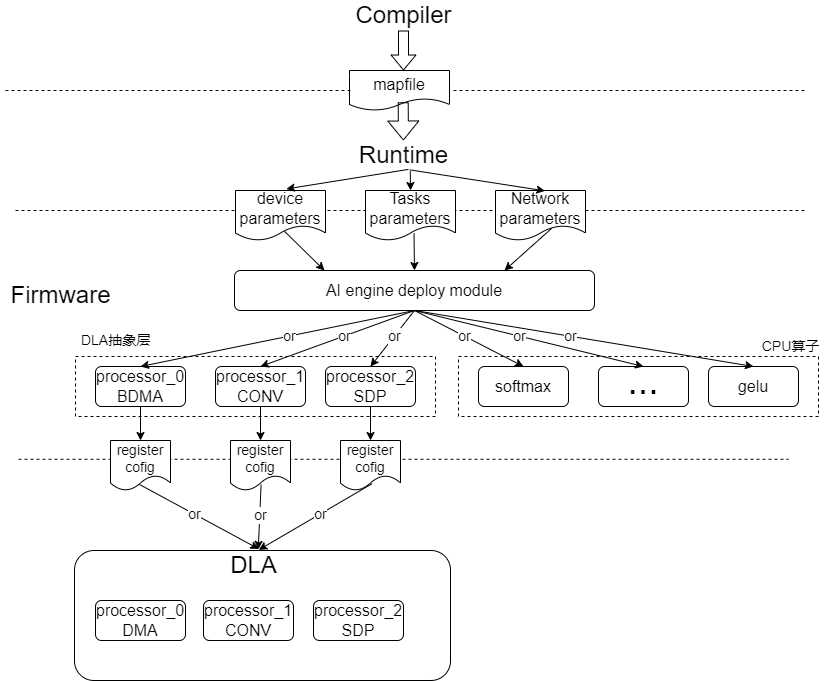
This is doc/TIHU_workflow.png from LCAI-TIHU/SW, a draw.io export, as it was before one commit. Source tidied: cells renumbered, new cells last; positions are measured from the earlier drawing's top-left corner, leaving out a move shared by most shapes. Its diagram source:
```xml
<mxGraphModel>
  <root>
    <mxCell id="0" />
    <mxCell id="1" parent="0" />
    <mxCell id="2" style="rounded=0;whiteSpace=wrap;html=1;fontSize=14;dashed=1;" parent="1" vertex="1">
      <mxGeometry x="75" y="356" width="360" height="60" as="geometry" />
    </mxCell>
    <mxCell id="3" style="endArrow=none;html=1;rounded=0;dashed=1;" parent="1" edge="1">
      <mxGeometry relative="1" as="geometry">
        <mxPoint x="18" y="458.8" as="sourcePoint" />
        <mxPoint x="788" y="458.8" as="targetPoint" />
      </mxGeometry>
    </mxCell>
    <mxCell id="4" style="endArrow=none;html=1;rounded=0;dashed=1;" parent="1" edge="1">
      <mxGeometry relative="1" as="geometry">
        <mxPoint x="15" y="210" as="sourcePoint" />
        <mxPoint x="805" y="210" as="targetPoint" />
      </mxGeometry>
    </mxCell>
    <mxCell id="5" value="Runtime" style="text;html=1;align=center;verticalAlign=middle;points=[];strokeColor=none;fillColor=none;fontSize=24;" parent="1" vertex="1">
      <mxGeometry x="353" y="140" width="100" height="30" as="geometry" />
    </mxCell>
    <mxCell id="6" style="endArrow=none;html=1;rounded=0;dashed=1;startArrow=none;" parent="1" edge="1">
      <mxGeometry relative="1" as="geometry">
        <mxPoint x="453" y="90" as="sourcePoint" />
        <mxPoint x="805" y="90" as="targetPoint" />
      </mxGeometry>
    </mxCell>
    <mxCell id="7" value="Compiler" style="text;html=1;align=center;verticalAlign=middle;points=[];strokeColor=none;fillColor=none;fontSize=24;" parent="1" vertex="1">
      <mxGeometry x="348" width="110" height="30" as="geometry" />
    </mxCell>
    <mxCell id="8" style="shape=flexArrow;endArrow=classic;html=1;rounded=0;fontSize=24;entryX=0.5;entryY=0;entryDx=0;entryDy=0;endWidth=13.809523809523808;endSize=4.652380952380952;width=10;" parent="1" edge="1" source="7">
      <mxGeometry relative="1" as="geometry">
        <mxPoint x="403" y="70" as="targetPoint" />
      </mxGeometry>
    </mxCell>
    <mxCell id="9" value="mapfile" style="shape=document;whiteSpace=wrap;html=1;boundedLbl=1;fontSize=16;" parent="1" vertex="1">
      <mxGeometry x="349" y="70" width="100" height="40" as="geometry" />
    </mxCell>
    <mxCell id="10" style="endArrow=none;html=1;rounded=0;dashed=1;" parent="1" edge="1">
      <mxGeometry relative="1" as="geometry">
        <mxPoint x="5" y="90" as="sourcePoint" />
        <mxPoint x="353" y="90" as="targetPoint" />
      </mxGeometry>
    </mxCell>
    <mxCell id="11" value="device parameters" style="shape=document;whiteSpace=wrap;html=1;boundedLbl=1;fontSize=16;" parent="1" vertex="1">
      <mxGeometry x="235" y="190" width="90" height="50" as="geometry" />
    </mxCell>
    <mxCell id="12" value="Network&lt;br&gt;parameters" style="shape=document;whiteSpace=wrap;html=1;boundedLbl=1;fontSize=16;" parent="1" vertex="1">
      <mxGeometry x="495" y="190" width="90" height="50" as="geometry" />
    </mxCell>
    <mxCell id="13" value="Tasks&lt;br&gt;parameters" style="shape=document;whiteSpace=wrap;html=1;boundedLbl=1;fontSize=16;" parent="1" vertex="1">
      <mxGeometry x="365" y="190" width="90" height="50" as="geometry" />
    </mxCell>
    <mxCell id="14" value="AI engine deploy module" style="rounded=1;whiteSpace=wrap;html=1;fontSize=16;" parent="1" vertex="1">
      <mxGeometry x="234" y="270" width="360" height="40" as="geometry" />
    </mxCell>
    <mxCell id="15" value="processor_0&lt;br&gt;BDMA" style="rounded=1;whiteSpace=wrap;html=1;fontSize=16;" parent="1" vertex="1">
      <mxGeometry x="95" y="366" width="90" height="40" as="geometry" />
    </mxCell>
    <mxCell id="16" value="processor_1&lt;br&gt;CONV" style="rounded=1;whiteSpace=wrap;html=1;fontSize=16;" parent="1" vertex="1">
      <mxGeometry x="215" y="366" width="90" height="40" as="geometry" />
    </mxCell>
    <mxCell id="17" value="processor_2&lt;br&gt;SDP" style="rounded=1;whiteSpace=wrap;html=1;fontSize=16;" parent="1" vertex="1">
      <mxGeometry x="325" y="366" width="90" height="40" as="geometry" />
    </mxCell>
    <mxCell id="18" style="endArrow=classic;html=1;rounded=0;fontSize=16;exitX=0.549;exitY=0.963;exitDx=0;exitDy=0;exitPerimeter=0;entryX=0.565;entryY=-0.031;entryDx=0;entryDy=0;entryPerimeter=0;" parent="1" edge="1" source="5" target="11">
      <mxGeometry relative="1" as="geometry" />
    </mxCell>
    <mxCell id="19" style="endArrow=classic;html=1;rounded=0;fontSize=16;exitX=0.568;exitY=1.027;exitDx=0;exitDy=0;exitPerimeter=0;entryX=0.5;entryY=0;entryDx=0;entryDy=0;" parent="1" edge="1" source="5" target="13">
      <mxGeometry relative="1" as="geometry" />
    </mxCell>
    <mxCell id="20" style="endArrow=classic;html=1;rounded=0;fontSize=16;exitX=0.563;exitY=0.979;exitDx=0;exitDy=0;exitPerimeter=0;entryX=0.549;entryY=0.007;entryDx=0;entryDy=0;entryPerimeter=0;" parent="1" edge="1" source="5" target="12">
      <mxGeometry relative="1" as="geometry" />
    </mxCell>
    <mxCell id="21" style="shape=flexArrow;endArrow=classic;html=1;rounded=0;fontSize=16;exitX=0.537;exitY=0.794;exitDx=0;exitDy=0;exitPerimeter=0;" parent="1" edge="1" source="9" target="5">
      <mxGeometry relative="1" as="geometry" />
    </mxCell>
    <mxCell id="22" style="endArrow=classic;html=1;rounded=0;fontSize=16;exitX=0.544;exitY=0.816;exitDx=0;exitDy=0;exitPerimeter=0;entryX=0.25;entryY=0;entryDx=0;entryDy=0;" parent="1" edge="1" source="11" target="14">
      <mxGeometry relative="1" as="geometry" />
    </mxCell>
    <mxCell id="23" style="endArrow=classic;html=1;rounded=0;fontSize=16;exitX=0.539;exitY=0.854;exitDx=0;exitDy=0;exitPerimeter=0;entryX=0.5;entryY=0;entryDx=0;entryDy=0;" parent="1" edge="1" source="13" target="14">
      <mxGeometry relative="1" as="geometry" />
    </mxCell>
    <mxCell id="24" style="endArrow=classic;html=1;rounded=0;fontSize=16;exitX=0.623;exitY=0.759;exitDx=0;exitDy=0;exitPerimeter=0;entryX=0.75;entryY=0;entryDx=0;entryDy=0;" parent="1" edge="1" source="12" target="14">
      <mxGeometry relative="1" as="geometry" />
    </mxCell>
    <mxCell id="25" style="endArrow=classic;html=1;rounded=0;fontSize=14;exitX=0.5;exitY=1;exitDx=0;exitDy=0;entryX=0.5;entryY=0;entryDx=0;entryDy=0;" parent="1" edge="1" source="14" target="15">
      <mxGeometry relative="1" as="geometry" />
    </mxCell>
    <mxCell id="26" value="or" style="edgeLabel;html=1;align=center;verticalAlign=middle;fontSize=14;" parent="25" vertex="1">
      <mxGeometry x="-0.08" relative="1" as="geometry" />
    </mxCell>
    <mxCell id="27" style="endArrow=classic;html=1;rounded=0;fontSize=14;exitX=0.5;exitY=1;exitDx=0;exitDy=0;" parent="1" edge="1" source="15">
      <mxGeometry relative="1" as="geometry">
        <mxPoint x="140" y="440" as="targetPoint" />
      </mxGeometry>
    </mxCell>
    <mxCell id="28" value="register&lt;br&gt;cofig" style="shape=document;whiteSpace=wrap;html=1;boundedLbl=1;fontSize=14;" parent="1" vertex="1">
      <mxGeometry x="110" y="440" width="60" height="50" as="geometry" />
    </mxCell>
    <mxCell id="29" style="endArrow=classic;html=1;rounded=0;fontSize=14;exitX=0.5;exitY=1;exitDx=0;exitDy=0;entryX=0.5;entryY=0;entryDx=0;entryDy=0;" parent="1" edge="1" source="14" target="16">
      <mxGeometry relative="1" as="geometry" />
    </mxCell>
    <mxCell id="30" value="or" style="edgeLabel;html=1;align=center;verticalAlign=middle;fontSize=14;" parent="29" vertex="1">
      <mxGeometry x="-0.08" relative="1" as="geometry" />
    </mxCell>
    <mxCell id="31" style="endArrow=classic;html=1;rounded=0;fontSize=14;exitX=0.5;exitY=1;exitDx=0;exitDy=0;entryX=0.5;entryY=0;entryDx=0;entryDy=0;" parent="1" edge="1" source="14" target="17">
      <mxGeometry relative="1" as="geometry" />
    </mxCell>
    <mxCell id="32" value="or" style="edgeLabel;html=1;align=center;verticalAlign=middle;fontSize=14;" parent="31" vertex="1">
      <mxGeometry x="-0.08" relative="1" as="geometry" />
    </mxCell>
    <mxCell id="33" style="endArrow=classic;html=1;rounded=0;fontSize=14;exitX=0.5;exitY=1;exitDx=0;exitDy=0;" parent="1" edge="1">
      <mxGeometry relative="1" as="geometry">
        <mxPoint x="260" y="406" as="sourcePoint" />
        <mxPoint x="260" y="440" as="targetPoint" />
      </mxGeometry>
    </mxCell>
    <mxCell id="34" value="register&lt;br&gt;cofig" style="shape=document;whiteSpace=wrap;html=1;boundedLbl=1;fontSize=14;" parent="1" vertex="1">
      <mxGeometry x="230" y="440" width="60" height="50" as="geometry" />
    </mxCell>
    <mxCell id="35" style="endArrow=classic;html=1;rounded=0;fontSize=14;exitX=0.5;exitY=1;exitDx=0;exitDy=0;" parent="1" edge="1">
      <mxGeometry relative="1" as="geometry">
        <mxPoint x="370" y="406" as="sourcePoint" />
        <mxPoint x="370" y="440" as="targetPoint" />
      </mxGeometry>
    </mxCell>
    <mxCell id="36" value="register&lt;br&gt;cofig" style="shape=document;whiteSpace=wrap;html=1;boundedLbl=1;fontSize=14;" parent="1" vertex="1">
      <mxGeometry x="340" y="440" width="60" height="50" as="geometry" />
    </mxCell>
    <mxCell id="37" style="endArrow=classic;html=1;rounded=0;fontSize=14;exitX=0.5;exitY=1;exitDx=0;exitDy=0;entryX=0.588;entryY=-0.052;entryDx=0;entryDy=0;entryPerimeter=0;" parent="1" edge="1" target="46">
      <mxGeometry relative="1" as="geometry">
        <mxPoint x="139" y="484" as="sourcePoint" />
      </mxGeometry>
    </mxCell>
    <mxCell id="38" value="or" style="edgeLabel;html=1;align=center;verticalAlign=middle;fontSize=14;" parent="37" vertex="1">
      <mxGeometry x="-0.08" relative="1" as="geometry" />
    </mxCell>
    <mxCell id="39" style="endArrow=classic;html=1;rounded=0;fontSize=14;exitX=0.51;exitY=0.883;exitDx=0;exitDy=0;exitPerimeter=0;entryX=0.579;entryY=-0.037;entryDx=0;entryDy=0;entryPerimeter=0;" parent="1" edge="1" source="34" target="46">
      <mxGeometry relative="1" as="geometry" />
    </mxCell>
    <mxCell id="40" value="or" style="edgeLabel;html=1;align=center;verticalAlign=middle;fontSize=14;" parent="39" vertex="1">
      <mxGeometry x="-0.08" relative="1" as="geometry" />
    </mxCell>
    <mxCell id="41" style="endArrow=classic;html=1;rounded=0;fontSize=14;exitX=0.526;exitY=0.864;exitDx=0;exitDy=0;exitPerimeter=0;entryX=0.588;entryY=-0.021;entryDx=0;entryDy=0;entryPerimeter=0;" parent="1" edge="1" source="36" target="46">
      <mxGeometry relative="1" as="geometry" />
    </mxCell>
    <mxCell id="42" value="or" style="edgeLabel;html=1;align=center;verticalAlign=middle;fontSize=14;" parent="41" vertex="1">
      <mxGeometry x="-0.08" relative="1" as="geometry" />
    </mxCell>
    <mxCell id="43" value="Firmware" style="text;html=1;align=center;verticalAlign=middle;strokeColor=none;fillColor=none;fontSize=24;" parent="1" vertex="1">
      <mxGeometry y="280" width="120" height="30" as="geometry" />
    </mxCell>
    <mxCell id="44" value="DLA抽象层" style="text;html=1;align=center;verticalAlign=middle;strokeColor=none;fillColor=none;fontSize=14;" parent="1" vertex="1">
      <mxGeometry x="75" y="330" width="80" height="20" as="geometry" />
    </mxCell>
    <mxCell id="45" style="rounded=1;whiteSpace=wrap;html=1;fontSize=14;" parent="1" vertex="1">
      <mxGeometry x="74" y="550" width="376" height="130" as="geometry" />
    </mxCell>
    <mxCell id="46" value="DLA" style="text;html=1;align=center;verticalAlign=middle;points=[];strokeColor=none;fillColor=none;fontSize=24;" parent="1" vertex="1">
      <mxGeometry x="223" y="550" width="60" height="30" as="geometry" />
    </mxCell>
    <mxCell id="47" value="processor_0&lt;br&gt;DMA" style="rounded=1;whiteSpace=wrap;html=1;fontSize=16;" parent="1" vertex="1">
      <mxGeometry x="95" y="600" width="90" height="40" as="geometry" />
    </mxCell>
    <mxCell id="48" value="processor_1&lt;br&gt;CONV" style="rounded=1;whiteSpace=wrap;html=1;fontSize=16;" parent="1" vertex="1">
      <mxGeometry x="203" y="600" width="90" height="40" as="geometry" />
    </mxCell>
    <mxCell id="49" value="processor_2&lt;br&gt;SDP" style="rounded=1;whiteSpace=wrap;html=1;fontSize=16;" parent="1" vertex="1">
      <mxGeometry x="313" y="600" width="90" height="40" as="geometry" />
    </mxCell>
    <mxCell id="50" style="rounded=0;whiteSpace=wrap;html=1;fontSize=14;dashed=1;" parent="1" vertex="1">
      <mxGeometry x="458" y="356" width="360" height="60" as="geometry" />
    </mxCell>
    <mxCell id="51" value="softmax" style="rounded=1;whiteSpace=wrap;html=1;fontSize=16;" parent="1" vertex="1">
      <mxGeometry x="478" y="366" width="90" height="40" as="geometry" />
    </mxCell>
    <mxCell id="52" value="..." style="rounded=1;whiteSpace=wrap;html=1;fontSize=37;verticalAlign=bottom;" parent="1" vertex="1">
      <mxGeometry x="598" y="366" width="90" height="40" as="geometry" />
    </mxCell>
    <mxCell id="53" value="gelu" style="rounded=1;whiteSpace=wrap;html=1;fontSize=16;" parent="1" vertex="1">
      <mxGeometry x="708" y="366" width="90" height="40" as="geometry" />
    </mxCell>
    <mxCell id="54" value="CPU算子" style="text;html=1;align=center;verticalAlign=middle;strokeColor=none;fillColor=none;fontSize=14;" parent="1" vertex="1">
      <mxGeometry x="755" y="336" width="70" height="20" as="geometry" />
    </mxCell>
    <mxCell id="55" style="endArrow=classic;html=1;rounded=0;fontSize=14;exitX=0.5;exitY=1;exitDx=0;exitDy=0;entryX=0.5;entryY=0;entryDx=0;entryDy=0;" parent="1" edge="1" source="14" target="51">
      <mxGeometry relative="1" as="geometry" />
    </mxCell>
    <mxCell id="56" value="or" style="edgeLabel;html=1;align=center;verticalAlign=middle;fontSize=14;" parent="55" vertex="1">
      <mxGeometry x="-0.08" relative="1" as="geometry" />
    </mxCell>
    <mxCell id="57" style="endArrow=classic;html=1;rounded=0;fontSize=14;exitX=0.5;exitY=1;exitDx=0;exitDy=0;entryX=0.5;entryY=0;entryDx=0;entryDy=0;" parent="1" edge="1" source="14" target="52">
      <mxGeometry relative="1" as="geometry" />
    </mxCell>
    <mxCell id="58" value="or" style="edgeLabel;html=1;align=center;verticalAlign=middle;fontSize=14;" parent="57" vertex="1">
      <mxGeometry x="-0.08" relative="1" as="geometry" />
    </mxCell>
    <mxCell id="59" style="endArrow=classic;html=1;rounded=0;fontSize=14;exitX=0.5;exitY=1;exitDx=0;exitDy=0;entryX=0.5;entryY=0;entryDx=0;entryDy=0;" parent="1" edge="1" source="14" target="53">
      <mxGeometry relative="1" as="geometry" />
    </mxCell>
    <mxCell id="60" value="or" style="edgeLabel;html=1;align=center;verticalAlign=middle;fontSize=14;" parent="59" vertex="1">
      <mxGeometry x="-0.08" relative="1" as="geometry" />
    </mxCell>
  </root>
</mxGraphModel>
```
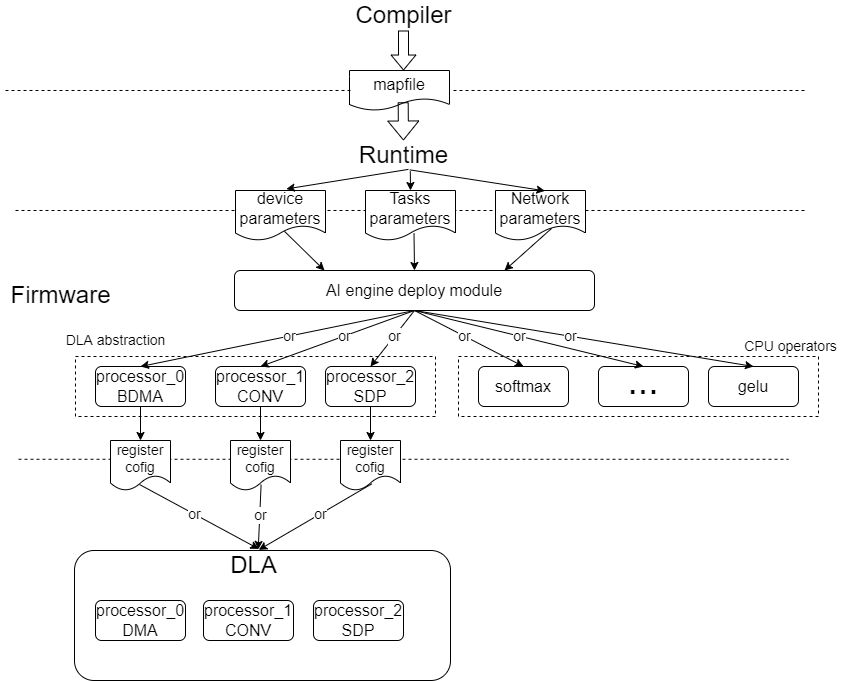
Later version of the same file.

Change to the diagram source:
```diff
@@ -152,8 +152,8 @@
     <mxCell id="43" value="Firmware" style="text;html=1;align=center;verticalAlign=middle;strokeColor=none;fillColor=none;fontSize=24;" parent="1" vertex="1">
       <mxGeometry y="280" width="120" height="30" as="geometry" />
     </mxCell>
-    <mxCell id="44" value="DLA抽象层" style="text;html=1;align=center;verticalAlign=middle;strokeColor=none;fillColor=none;fontSize=14;" parent="1" vertex="1">
-      <mxGeometry x="75" y="330" width="80" height="20" as="geometry" />
+    <mxCell id="44" value="DLA abstraction" style="text;html=1;align=center;verticalAlign=middle;strokeColor=none;fillColor=none;fontSize=14;" parent="1" vertex="1">
+      <mxGeometry x="55" y="325" width="120" height="30" as="geometry" />
     </mxCell>
     <mxCell id="45" style="rounded=1;whiteSpace=wrap;html=1;fontSize=14;" parent="1" vertex="1">
       <mxGeometry x="74" y="550" width="376" height="130" as="geometry" />
@@ -182,8 +182,8 @@
     <mxCell id="53" value="gelu" style="rounded=1;whiteSpace=wrap;html=1;fontSize=16;" parent="1" vertex="1">
       <mxGeometry x="708" y="366" width="90" height="40" as="geometry" />
     </mxCell>
-    <mxCell id="54" value="CPU算子" style="text;html=1;align=center;verticalAlign=middle;strokeColor=none;fillColor=none;fontSize=14;" parent="1" vertex="1">
-      <mxGeometry x="755" y="336" width="70" height="20" as="geometry" />
+    <mxCell id="54" value="CPU operators" style="text;html=1;align=center;verticalAlign=middle;strokeColor=none;fillColor=none;fontSize=14;" parent="1" vertex="1">
+      <mxGeometry x="730" y="331" width="120" height="30" as="geometry" />
     </mxCell>
     <mxCell id="55" style="endArrow=classic;html=1;rounded=0;fontSize=14;exitX=0.5;exitY=1;exitDx=0;exitDy=0;entryX=0.5;entryY=0;entryDx=0;entryDy=0;" parent="1" edge="1" source="14" target="51">
       <mxGeometry relative="1" as="geometry" />
```
